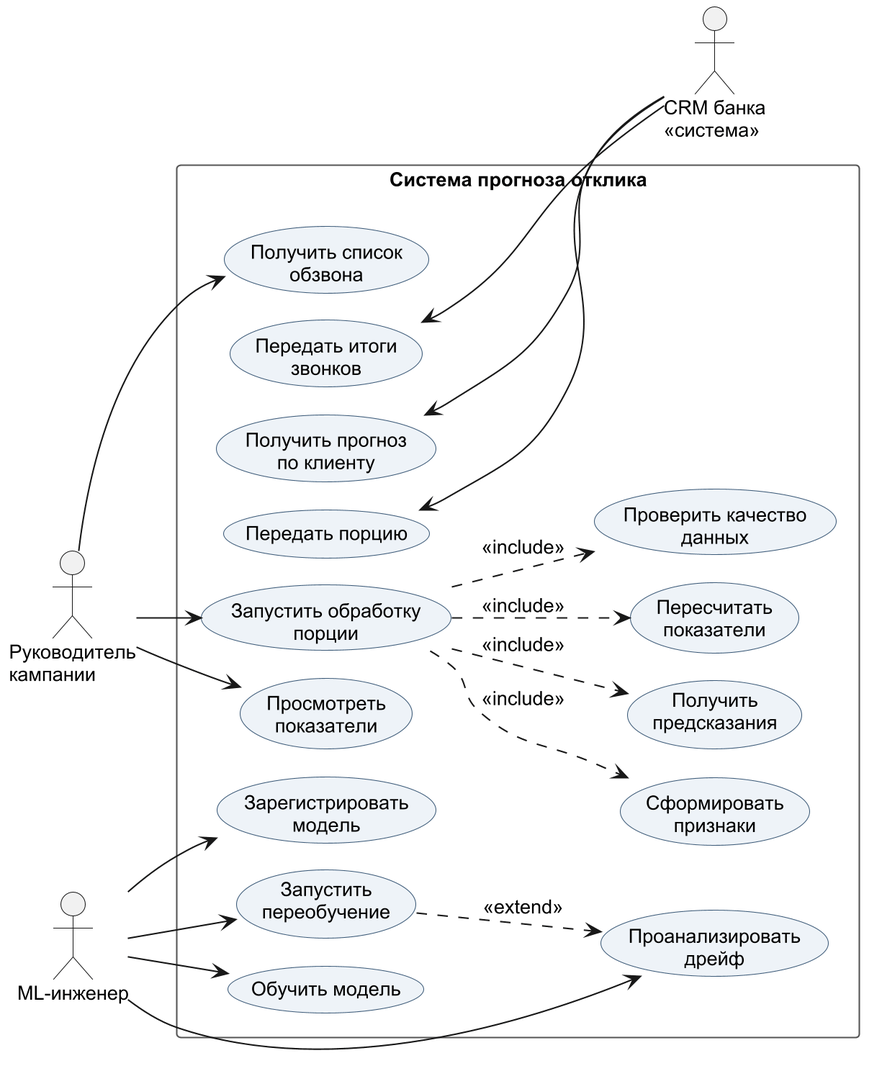
Before: report_assets/pr2/img/рис_2_3.png, a diagram exported from PlantUML (Lishangie/bank-marketing-mlops). Its diagram source:
```plantuml
@startuml use_cases
!pragma layout smetana
skinparam dpi 200
skinparam defaultFontName Arial
skinparam defaultFontSize 13
skinparam shadowing false
skinparam usecase {
  BackgroundColor #EEF3F8
  BorderColor #3C5A78
}
skinparam rectangle {
  BorderColor #555555
}
left to right direction

actor "Руководитель\nкампании" as manager
actor "ML-инженер" as mle
actor "CRM банка\n<<система>>" as crm

rectangle "Система прогноза отклика" {
  usecase "Запустить обработку\nпорции" as run
  usecase "Проверить качество\nданных" as check
  usecase "Сформировать\nпризнаки" as feats
  usecase "Получить\nпредсказания" as predict
  usecase "Пересчитать\nпоказатели" as kpi
  usecase "Просмотреть\nпоказатели" as view
  usecase "Получить список\nобзвона" as calllist
  usecase "Получить прогноз\nпо клиенту" as single
  usecase "Передать порцию" as send
  usecase "Передать итоги\nзвонков" as results
  usecase "Обучить модель" as train
  usecase "Зарегистрировать\nмодель" as register
  usecase "Проанализировать\nдрейф" as drift
  usecase "Запустить\nпереобучение" as retrain
}

manager --> run
manager --> view
manager --> calllist
run ..> check : <<include>>
run ..> feats : <<include>>
run ..> predict : <<include>>
run ..> kpi : <<include>>

single <-- crm
send <-- crm
results <-- crm

mle --> train
mle --> register
mle --> drift
mle --> retrain
retrain ..> drift : <<extend>>
@enduml
```
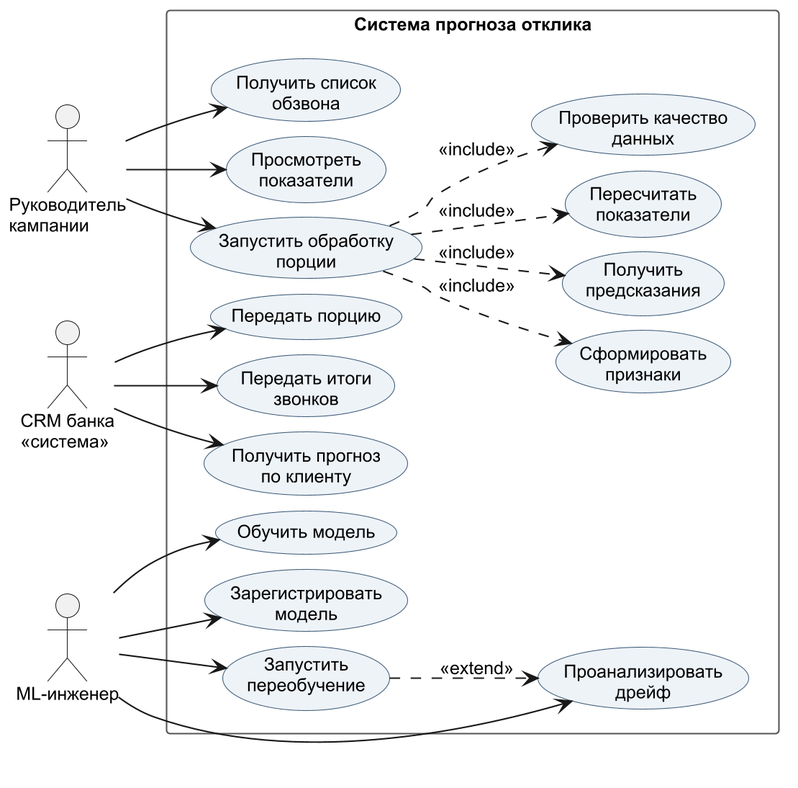
The same file after the commit.

Diff of the diagram source:
```diff
@@ -1,9 +1,10 @@
 @startuml use_cases
-!pragma layout smetana
 skinparam dpi 200
 skinparam defaultFontName Arial
-skinparam defaultFontSize 13
+skinparam defaultFontSize 12
 skinparam shadowing false
+skinparam nodesep 10
+skinparam ranksep 20
 skinparam usecase {
   BackgroundColor #EEF3F8
   BorderColor #3C5A78
@@ -14,26 +15,24 @@
 left to right direction
 
 actor "Руководитель\nкампании" as manager
+actor "CRM банка\n<<система>>" as crm
 actor "ML-инженер" as mle
-actor "CRM банка\n<<система>>" as crm
-
 rectangle "Система прогноза отклика" {
+  usecase "Получить список\nобзвона" as calllist
+  usecase "Просмотреть\nпоказатели" as view
   usecase "Запустить обработку\nпорции" as run
+  usecase "Передать порцию" as send
+  usecase "Передать итоги\nзвонков" as results
+  usecase "Получить прогноз\nпо клиенту" as single
   usecase "Проверить качество\nданных" as check
   usecase "Сформировать\nпризнаки" as feats
   usecase "Получить\nпредсказания" as predict
   usecase "Пересчитать\nпоказатели" as kpi
-  usecase "Просмотреть\nпоказатели" as view
-  usecase "Получить список\nобзвона" as calllist
-  usecase "Получить прогноз\nпо клиенту" as single
-  usecase "Передать порцию" as send
-  usecase "Передать итоги\nзвонков" as results
   usecase "Обучить модель" as train
   usecase "Зарегистрировать\nмодель" as register
   usecase "Проанализировать\nдрейф" as drift
   usecase "Запустить\nпереобучение" as retrain
 }
-
 manager --> run
 manager --> view
 manager --> calllist
@@ -41,11 +40,9 @@
 run ..> feats : <<include>>
 run ..> predict : <<include>>
 run ..> kpi : <<include>>
-
-single <-- crm
-send <-- crm
-results <-- crm
-
+crm --> send
+crm --> results
+crm --> single
 mle --> train
 mle --> register
 mle --> drift
```
